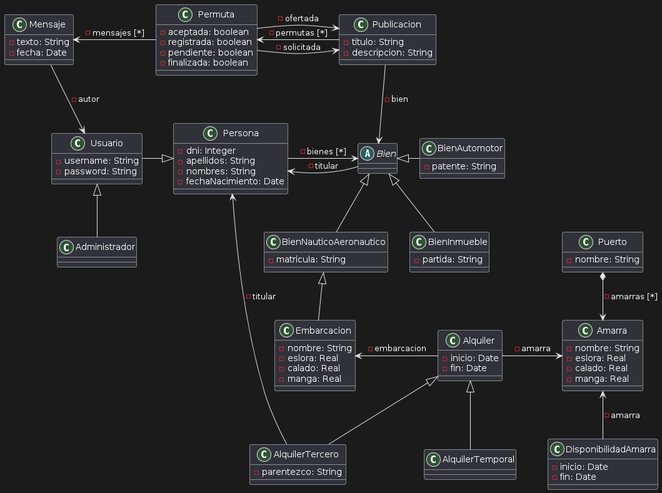
The PlantUML diagram uml.png in ArturoNievas/SmartNavis, before a commit.
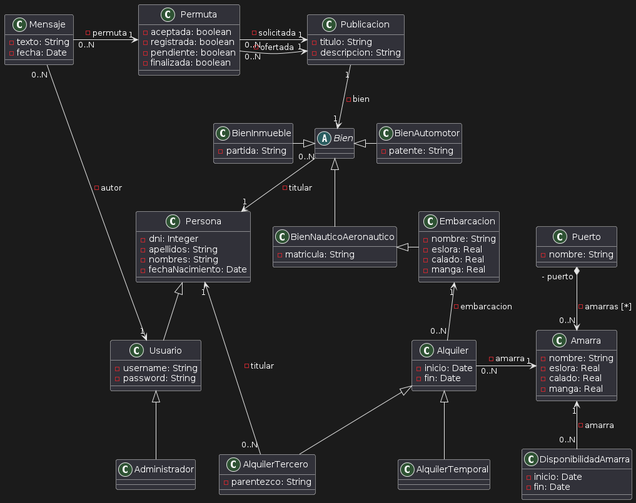
After the change.

What changed in the source:
```diff
@@ -1,7 +1,7 @@
 @startuml
 abstract class Bien {
 }
-Bien --> Persona: - titular
+Bien "0..N" --> "1" Persona: - titular
 
 class BienAutomotor {
 -patente: String
@@ -11,7 +11,7 @@
 class BienInmueble {
 - partida: String
 }
-BienInmueble -up-|> Bien
+BienInmueble -right-|> Bien
 
 class BienNauticoAeronautico {
 -matricula: String
@@ -24,7 +24,7 @@
 -calado: Real
 -manga: Real
 }
-Embarcacion  -up-|> BienNauticoAeronautico
+Embarcacion  -left-|> BienNauticoAeronautico
 
 class Persona {
 - dni: Integer
@@ -32,13 +32,12 @@
 - nombres: String
 - fechaNacimiento: Date
 }
-Persona -right-> Bien: - bienes [*]
 
 class Usuario {
 - username: String
 - password: String
 }
-Usuario -right-|> Persona
+Usuario -up-|> Persona
 
 class Administrador {
 }
@@ -48,7 +47,8 @@
 -texto: String
 -fecha: Date
 }
-Mensaje -down-> Usuario: - autor
+Mensaje "0..N" -down-> "1" Usuario: - autor
+Mensaje "0..N" -right-> "1" Permuta: - permuta
 
 class Permuta {
 -aceptada: boolean
@@ -56,16 +56,14 @@
 -pendiente: boolean
 -finalizada: boolean
 }
-Permuta -left-> Mensaje: - mensajes [*]
-Permuta -right-> Publicacion: - ofertada
-Permuta -right-> Publicacion: - solicitada
+Permuta "0..N" -right-> "1" Publicacion: - ofertada
+Permuta "0..N" -right-> "1" Publicacion: - solicitada
 
 class Publicacion {
 -titulo: String
 -descripcion: String
 }
-Publicacion --> Bien: - bien
-Publicacion -left-> Permuta : - permutas [*]
+Publicacion "1" --> "1" Bien: - bien
 
 class Amarra {
 - nombre: String
@@ -78,25 +76,25 @@
 - inicio: Date
 - fin: Date
 }
-DisponibilidadAmarra -up-> Amarra: - amarra
+DisponibilidadAmarra "0..N" -up-> "1" Amarra: - amarra
 
 class Puerto {
 - nombre: String
 }
-Puerto *-down-> Amarra: - amarras [*]
+Puerto "- puerto" *-down-> "0..N" Amarra: - amarras [*]
 
 class Alquiler {
 - inicio: Date
 - fin: Date
 }
-Alquiler -left-> Embarcacion: - embarcacion
-Alquiler -right-> Amarra: - amarra
+Alquiler "0..N" -up-> "1" Embarcacion: - embarcacion
+Alquiler "0..N" -right-> "1" Amarra: - amarra
 
 class AlquilerTercero {
 - parentezco: String
 }
 AlquilerTercero -up-|> Alquiler
-AlquilerTercero -left-> Persona: - titular
+AlquilerTercero "0..N" -left-> "1" Persona: - titular
 
 class AlquilerTemporal {
 }
```
